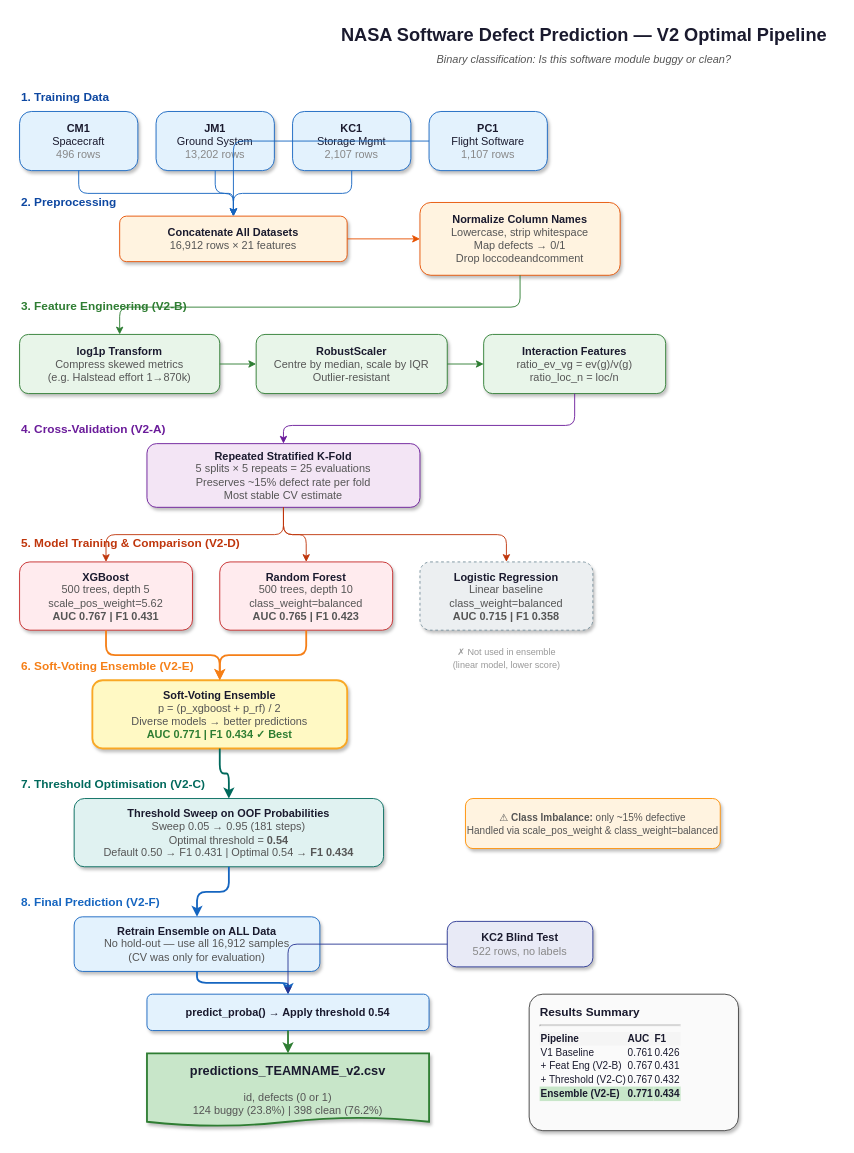
Earlier version of the draw.io diagram pipeline_overview.drawio (PaulaBras/nasa-promise). Source tidied: cells renumbered, new cells numbered last; positions are measured from the earlier drawing's top-left corner, leaving out a move shared by most shapes. Both pictures are drawn from the tidied source at 91%, with x=0, y=0 at pixel (19, 15).
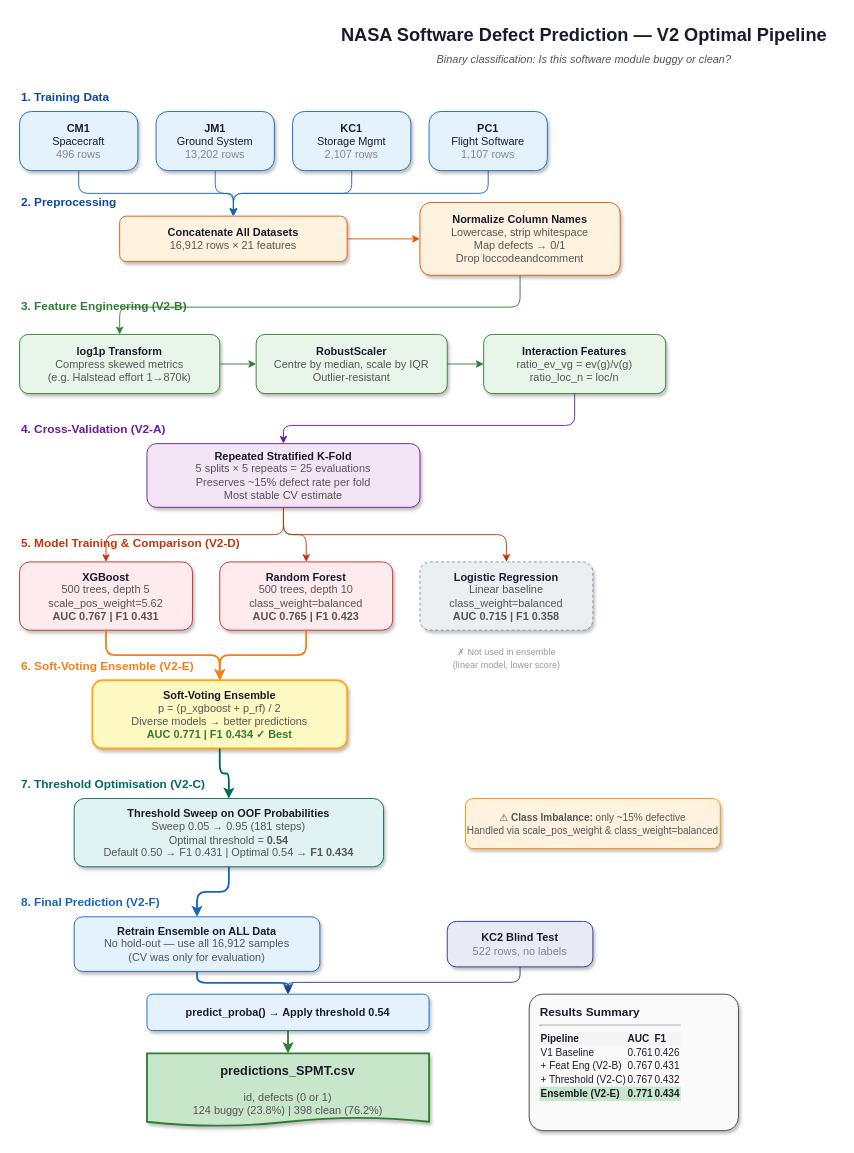
The same page after the edit.

Commit message:
Implement feature X to enhance user experience and fix bug Y in module Z

Unchanged cells that the change refers to:
```xml
<mxCell id="8" value="&lt;b&gt;PC1&lt;/b&gt;&lt;br&gt;Flight Software&lt;br&gt;&lt;font color=&quot;#888&quot;&gt;1,107 rows&lt;/font&gt;" style="rounded=1;whiteSpace=wrap;html=1;fillColor=#E3F2FD;strokeColor=#1565C0;fontColor=#1a1a2e;arcSize=20;shadow=1;" parent="1" vertex="1">
  <mxGeometry x="450" y="105" width="130" height="65" as="geometry" />
</mxCell>
<mxCell id="10" value="&lt;b&gt;Concatenate All Datasets&lt;/b&gt;&lt;br&gt;&lt;font color=&quot;#555&quot;&gt;16,912 rows × 21 features&lt;/font&gt;" style="rounded=1;whiteSpace=wrap;html=1;fillColor=#FFF3E0;strokeColor=#E65100;fontColor=#1a1a2e;arcSize=15;shadow=1;" parent="1" vertex="1">
  <mxGeometry x="110" y="220" width="250" height="50" as="geometry" />
</mxCell>
<mxCell id="46" value="&lt;b&gt;KC2 Blind Test&lt;/b&gt;&lt;br&gt;&lt;font color=&quot;#888&quot;&gt;522 rows, no labels&lt;/font&gt;" style="rounded=1;whiteSpace=wrap;html=1;fillColor=#E8EAF6;strokeColor=#283593;fontColor=#1a1a2e;arcSize=20;shadow=1;" parent="1" vertex="1">
  <mxGeometry x="470" y="995" width="160" height="50" as="geometry" />
</mxCell>
<mxCell id="47" value="&lt;b&gt;predict_proba() → Apply threshold 0.54&lt;/b&gt;" style="rounded=1;whiteSpace=wrap;html=1;fillColor=#E3F2FD;strokeColor=#1565C0;fontColor=#1a1a2e;arcSize=15;shadow=1;" parent="1" vertex="1">
  <mxGeometry x="140" y="1075" width="310" height="40" as="geometry" />
</mxCell>
```

Change to the diagram source:
```diff
@@
     <mxCell id="15" style="edgeStyle=orthogonalEdgeStyle;rounded=1;strokeColor=#1565C0;" parent="1" edge="1" source="8" target="10">
-      <mxGeometry relative="1" as="geometry" />
+      <mxGeometry relative="1" as="geometry">
+        <Array as="points">
+          <mxPoint x="515" y="195" />
+          <mxPoint x="235" y="195" />
+        </Array>
+      </mxGeometry>
     </mxCell>
@@
     <mxCell id="49" style="edgeStyle=orthogonalEdgeStyle;rounded=1;strokeColor=#283593;" parent="1" edge="1" source="46" target="47">
-      <mxGeometry relative="1" as="geometry" />
+      <mxGeometry relative="1" as="geometry">
+        <Array as="points">
+          <mxPoint x="550" y="1062" />
+          <mxPoint x="295" y="1062" />
+        </Array>
+      </mxGeometry>
     </mxCell>
-    <mxCell id="50" value="&lt;b style=&quot;font-size:14px&quot;&gt;predictions_TEAMNAME_v2.csv&lt;/b&gt;&lt;br&gt;&lt;br&gt;&lt;font color=&quot;#555&quot;&gt;id, defects (0 or 1)&lt;br&gt;124 buggy (23.8%) | 398 clean (76.2%)&lt;/font&gt;" style="shape=document;whiteSpace=wrap;html=1;fillColor=#C8E6C9;strokeColor=#2E7D32;fontColor=#1a1a2e;shadow=1;size=0.12;rounded=1;strokeWidth=2;" parent="1" vertex="1">
+    <mxCell id="50" value="&lt;b style=&quot;font-size:14px&quot;&gt;predictions_SPMT.csv&lt;/b&gt;&lt;br&gt;&lt;br&gt;&lt;font color=&quot;#555&quot;&gt;id, defects (0 or 1)&lt;br&gt;124 buggy (23.8%) | 398 clean (76.2%)&lt;/font&gt;" style="shape=document;whiteSpace=wrap;html=1;fillColor=#C8E6C9;strokeColor=#2E7D32;fontColor=#1a1a2e;shadow=1;size=0.12;rounded=1;strokeWidth=2;" parent="1" vertex="1">
       <mxGeometry x="140" y="1140" width="310" height="80" as="geometry" />
     </mxCell>
```
